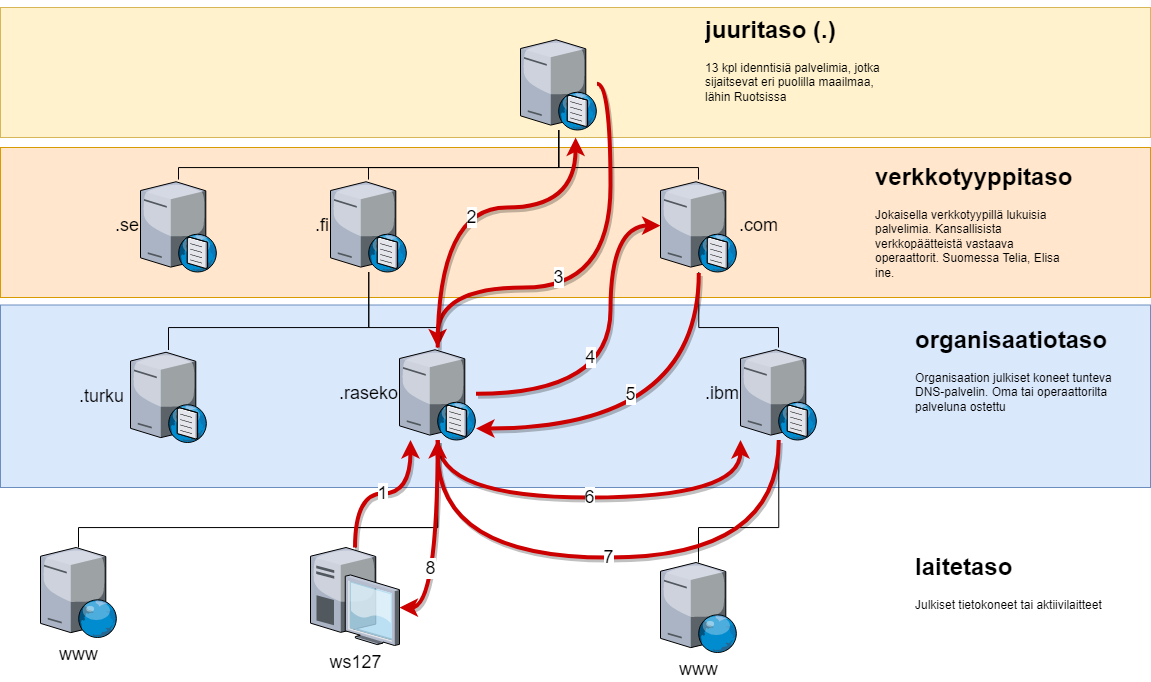
jukkaprami/TADokumentaatio-1 keeps this draw.io diagram as docs/pictures/Rekursiivinen.png. Above is the earlier version. Source tidied: cells renumbered, new cells last; positions are measured from the earlier drawing's top-left corner, leaving out a move shared by most shapes. The source it was exported from:
```xml
<mxGraphModel>
  <root>
    <mxCell id="0" />
    <mxCell id="1" parent="0" />
    <mxCell id="2" style="rounded=0;whiteSpace=wrap;html=1;fontSize=18;fillColor=#dae8fc;strokeColor=#6c8ebf;" parent="1" vertex="1">
      <mxGeometry y="297.5" width="1150" height="182.5" as="geometry" />
    </mxCell>
    <mxCell id="3" style="rounded=0;whiteSpace=wrap;html=1;fontSize=18;fillColor=#ffe6cc;strokeColor=#d79b00;" parent="1" vertex="1">
      <mxGeometry y="140" width="1150" height="150" as="geometry" />
    </mxCell>
    <mxCell id="4" style="rounded=0;whiteSpace=wrap;html=1;fontSize=18;fillColor=#fff2cc;strokeColor=#d6b656;" parent="1" vertex="1">
      <mxGeometry width="1150" height="130" as="geometry" />
    </mxCell>
    <mxCell id="5" style="edgeStyle=orthogonalEdgeStyle;rounded=0;jettySize=auto;html=1;fontSize=18;fontColor=none;endArrow=none;endFill=0;" parent="1" edge="1" source="9" target="15">
      <mxGeometry relative="1" as="geometry">
        <Array as="points">
          <mxPoint x="558" y="160" />
          <mxPoint x="178" y="160" />
        </Array>
      </mxGeometry>
    </mxCell>
    <mxCell id="6" style="edgeStyle=orthogonalEdgeStyle;rounded=0;jettySize=auto;html=1;fontSize=18;fontColor=none;endArrow=none;endFill=0;" parent="1" edge="1" source="9" target="14">
      <mxGeometry relative="1" as="geometry">
        <Array as="points">
          <mxPoint x="558" y="160" />
          <mxPoint x="368" y="160" />
        </Array>
      </mxGeometry>
    </mxCell>
    <mxCell id="7" style="edgeStyle=orthogonalEdgeStyle;rounded=0;jettySize=auto;html=1;fontSize=18;fontColor=none;endArrow=none;endFill=0;" parent="1" edge="1" source="9" target="18">
      <mxGeometry relative="1" as="geometry">
        <Array as="points">
          <mxPoint x="558" y="160" />
          <mxPoint x="698" y="160" />
        </Array>
      </mxGeometry>
    </mxCell>
    <mxCell id="8" value="3" style="edgeStyle=orthogonalEdgeStyle;curved=1;jettySize=auto;html=1;shadow=1;fontSize=18;fontColor=none;endArrow=classic;endFill=1;strokeColor=#CC0000;strokeWidth=4;" parent="1" edge="1" source="9" target="25">
      <mxGeometry x="0.19" y="-10" relative="1" as="geometry">
        <Array as="points">
          <mxPoint x="610" y="76" />
          <mxPoint x="610" y="280" />
          <mxPoint x="437" y="280" />
        </Array>
      </mxGeometry>
    </mxCell>
    <mxCell id="9" style="verticalLabelPosition=bottom;sketch=0;html=1;verticalAlign=top;strokeColor=none;align=center;outlineConnect=0;shape=mxgraph.citrix.dns_server;" parent="1" vertex="1">
      <mxGeometry x="520" y="30" width="76.5" height="92.5" as="geometry" />
    </mxCell>
    <mxCell id="10" value="&lt;h1&gt;juuritaso (.)&lt;/h1&gt;&lt;div&gt;13 kpl idenntisiä palvelimia, jotka sijaitsevat eri puolilla maailmaa, lähin Ruotsissa&lt;/div&gt;" style="text;html=1;strokeColor=none;fillColor=none;spacing=5;spacingTop=-20;whiteSpace=wrap;overflow=hidden;rounded=0;" parent="1" vertex="1">
      <mxGeometry x="700" y="2.5" width="190" height="120" as="geometry" />
    </mxCell>
    <mxCell id="11" value="&lt;h1&gt;verkkotyyppitaso&amp;nbsp;&lt;/h1&gt;&lt;div&gt;Jokaisella verkkotyypillä lukuisia palvelimia. Kansallisista verkkopäätteistä vastaava operaattorit. Suomessa Telia, Elisa jne.&lt;/div&gt;" style="text;html=1;strokeColor=none;fillColor=none;spacing=5;spacingTop=-20;whiteSpace=wrap;overflow=hidden;rounded=0;" parent="1" vertex="1">
      <mxGeometry x="870" y="150" width="210" height="120" as="geometry" />
    </mxCell>
    <mxCell id="12" style="edgeStyle=orthogonalEdgeStyle;rounded=0;jettySize=auto;html=1;fontSize=18;fontColor=none;endArrow=none;endFill=0;" parent="1" edge="1" source="14" target="35">
      <mxGeometry relative="1" as="geometry">
        <Array as="points">
          <mxPoint x="368" y="320" />
          <mxPoint x="168" y="320" />
        </Array>
      </mxGeometry>
    </mxCell>
    <mxCell id="13" style="edgeStyle=orthogonalEdgeStyle;rounded=0;jettySize=auto;html=1;fontSize=18;fontColor=none;endArrow=none;endFill=0;" parent="1" edge="1" source="14" target="25">
      <mxGeometry relative="1" as="geometry">
        <Array as="points">
          <mxPoint x="368" y="320" />
          <mxPoint x="437" y="320" />
        </Array>
      </mxGeometry>
    </mxCell>
    <mxCell id="14" value=".fi" style="verticalLabelPosition=middle;sketch=0;html=1;verticalAlign=middle;strokeColor=none;align=right;outlineConnect=0;shape=mxgraph.citrix.dns_server;fontSize=18;labelPosition=left;" parent="1" vertex="1">
      <mxGeometry x="330" y="172" width="76.5" height="92.5" as="geometry" />
    </mxCell>
    <mxCell id="15" value=".se" style="verticalLabelPosition=middle;sketch=0;html=1;verticalAlign=middle;strokeColor=none;align=right;outlineConnect=0;shape=mxgraph.citrix.dns_server;fontSize=18;labelPosition=left;" parent="1" vertex="1">
      <mxGeometry x="140" y="172" width="76.5" height="92.5" as="geometry" />
    </mxCell>
    <mxCell id="16" style="edgeStyle=orthogonalEdgeStyle;rounded=0;jettySize=auto;html=1;fontSize=18;fontColor=none;endArrow=none;endFill=0;" parent="1" edge="1" source="18" target="32">
      <mxGeometry relative="1" as="geometry">
        <Array as="points">
          <mxPoint x="698" y="320" />
          <mxPoint x="778" y="320" />
        </Array>
      </mxGeometry>
    </mxCell>
    <mxCell id="17" value="5" style="edgeStyle=orthogonalEdgeStyle;curved=1;orthogonalLoop=1;jettySize=auto;html=1;shadow=1;fontSize=18;fontColor=none;endArrow=classic;endFill=1;strokeColor=#CC0000;strokeWidth=4;" parent="1" edge="1">
      <mxGeometry x="0.18" y="-34" relative="1" as="geometry">
        <mxPoint x="698.3" y="265.5" as="sourcePoint" />
        <mxPoint x="475.5" y="421" as="targetPoint" />
        <Array as="points">
          <mxPoint x="698" y="421" />
        </Array>
      </mxGeometry>
    </mxCell>
    <mxCell id="18" value=".com" style="verticalLabelPosition=middle;sketch=0;html=1;verticalAlign=middle;strokeColor=none;align=left;outlineConnect=0;shape=mxgraph.citrix.dns_server;fontSize=18;labelPosition=right;" parent="1" vertex="1">
      <mxGeometry x="660" y="172" width="76.5" height="92.5" as="geometry" />
    </mxCell>
    <mxCell id="19" style="edgeStyle=orthogonalEdgeStyle;rounded=0;jettySize=auto;html=1;fontSize=18;fontColor=none;endArrow=none;endFill=0;" parent="1" edge="1" source="25" target="26">
      <mxGeometry relative="1" as="geometry">
        <Array as="points">
          <mxPoint x="437" y="520" />
          <mxPoint x="78" y="520" />
        </Array>
      </mxGeometry>
    </mxCell>
    <mxCell id="20" style="edgeStyle=orthogonalEdgeStyle;rounded=0;jettySize=auto;html=1;fontSize=18;fontColor=none;endArrow=none;endFill=0;" parent="1" edge="1" source="25" target="28">
      <mxGeometry relative="1" as="geometry">
        <Array as="points">
          <mxPoint x="437" y="520" />
          <mxPoint x="355" y="520" />
        </Array>
      </mxGeometry>
    </mxCell>
    <mxCell id="21" value="2" style="edgeStyle=orthogonalEdgeStyle;curved=1;jettySize=auto;html=1;shadow=1;fontSize=18;fontColor=none;endArrow=classic;endFill=1;strokeColor=#CC0000;strokeWidth=4;" parent="1" edge="1" source="25" target="4">
      <mxGeometry x="-0.01" y="-10" relative="1" as="geometry">
        <Array as="points">
          <mxPoint x="437" y="200" />
          <mxPoint x="575" y="200" />
        </Array>
      </mxGeometry>
    </mxCell>
    <mxCell id="22" value="4" style="edgeStyle=orthogonalEdgeStyle;curved=1;jettySize=auto;html=1;shadow=1;fontSize=18;fontColor=none;endArrow=classic;endFill=1;strokeColor=#CC0000;strokeWidth=4;" parent="1" edge="1" source="25" target="18">
      <mxGeometry x="-0.03" y="20" relative="1" as="geometry">
        <Array as="points">
          <mxPoint x="610" y="386" />
          <mxPoint x="610" y="218" />
        </Array>
      </mxGeometry>
    </mxCell>
    <mxCell id="23" value="6" style="edgeStyle=orthogonalEdgeStyle;curved=1;jettySize=auto;html=1;shadow=1;fontSize=18;fontColor=none;endArrow=classic;endFill=1;strokeColor=#CC0000;strokeWidth=4;" parent="1" edge="1" source="25" target="32">
      <mxGeometry relative="1" as="geometry">
        <Array as="points">
          <mxPoint x="437" y="490" />
          <mxPoint x="740" y="490" />
        </Array>
      </mxGeometry>
    </mxCell>
    <mxCell id="24" value="8" style="edgeStyle=orthogonalEdgeStyle;curved=1;jettySize=auto;html=1;shadow=1;fontSize=18;fontColor=none;endArrow=classic;endFill=1;strokeColor=#CC0000;strokeWidth=4;" parent="1" edge="1" source="25" target="28">
      <mxGeometry x="0.24" y="-7" relative="1" as="geometry">
        <Array as="points">
          <mxPoint x="437" y="600" />
        </Array>
      </mxGeometry>
    </mxCell>
    <mxCell id="25" value=".raseko" style="verticalLabelPosition=middle;sketch=0;html=1;verticalAlign=middle;strokeColor=none;align=right;outlineConnect=0;shape=mxgraph.citrix.dns_server;fontSize=18;labelPosition=left;" parent="1" vertex="1">
      <mxGeometry x="399" y="340" width="76.5" height="92.5" as="geometry" />
    </mxCell>
    <mxCell id="26" value="www" style="verticalLabelPosition=bottom;sketch=0;html=1;verticalAlign=top;strokeColor=none;align=center;outlineConnect=0;shape=mxgraph.citrix.web_server;fontSize=18;fontColor=none;" parent="1" vertex="1">
      <mxGeometry x="40" y="540" width="76.5" height="90" as="geometry" />
    </mxCell>
    <mxCell id="27" value="1" style="edgeStyle=orthogonalEdgeStyle;curved=1;jettySize=auto;html=1;shadow=1;fontSize=18;fontColor=none;endArrow=classic;endFill=1;strokeColor=#CC0000;strokeWidth=4;" parent="1" edge="1" source="28" target="25">
      <mxGeometry relative="1" as="geometry">
        <Array as="points">
          <mxPoint x="355" y="486" />
          <mxPoint x="410" y="486" />
        </Array>
      </mxGeometry>
    </mxCell>
    <mxCell id="28" value="ws127" style="verticalLabelPosition=bottom;sketch=0;html=1;verticalAlign=top;strokeColor=none;align=center;outlineConnect=0;shape=mxgraph.citrix.desktop;fontSize=18;fontColor=none;" parent="1" vertex="1">
      <mxGeometry x="310" y="540" width="89" height="98" as="geometry" />
    </mxCell>
    <mxCell id="29" value="www" style="verticalLabelPosition=bottom;sketch=0;html=1;verticalAlign=top;strokeColor=none;align=center;outlineConnect=0;shape=mxgraph.citrix.web_server;fontSize=18;fontColor=none;" parent="1" vertex="1">
      <mxGeometry x="660" y="555" width="76.5" height="90" as="geometry" />
    </mxCell>
    <mxCell id="30" style="edgeStyle=orthogonalEdgeStyle;rounded=0;jettySize=auto;html=1;fontSize=18;fontColor=none;endArrow=none;endFill=0;" parent="1" edge="1" source="32" target="29">
      <mxGeometry relative="1" as="geometry">
        <Array as="points">
          <mxPoint x="778" y="520" />
          <mxPoint x="698" y="520" />
        </Array>
      </mxGeometry>
    </mxCell>
    <mxCell id="31" value="7" style="edgeStyle=orthogonalEdgeStyle;curved=1;jettySize=auto;html=1;shadow=1;fontSize=18;fontColor=none;endArrow=classic;endFill=1;strokeColor=#CC0000;strokeWidth=4;" parent="1" edge="1" source="32" target="25">
      <mxGeometry relative="1" as="geometry">
        <Array as="points">
          <mxPoint x="778" y="550" />
          <mxPoint x="437" y="550" />
        </Array>
      </mxGeometry>
    </mxCell>
    <mxCell id="32" value=".ibm" style="verticalLabelPosition=middle;sketch=0;html=1;verticalAlign=middle;strokeColor=none;align=right;outlineConnect=0;shape=mxgraph.citrix.dns_server;fontSize=18;fontColor=none;labelPosition=left;" parent="1" vertex="1">
      <mxGeometry x="740" y="340" width="76.5" height="92.5" as="geometry" />
    </mxCell>
    <mxCell id="33" value="&lt;h1&gt;organisaatiotaso&lt;/h1&gt;&lt;div&gt;Organisaation julkiset koneet tunteva DNS-palvelin. Oma tai operaattorilta palveluna ostettu&lt;/div&gt;" style="text;html=1;strokeColor=none;fillColor=none;spacing=5;spacingTop=-20;whiteSpace=wrap;overflow=hidden;rounded=0;" parent="1" vertex="1">
      <mxGeometry x="910" y="312.5" width="210" height="120" as="geometry" />
    </mxCell>
    <mxCell id="34" value="&lt;h1&gt;laitetaso&lt;/h1&gt;&lt;div&gt;Julkiset tietokoneet tai aktiivilaitteet&lt;/div&gt;" style="text;html=1;strokeColor=none;fillColor=none;spacing=5;spacingTop=-20;whiteSpace=wrap;overflow=hidden;rounded=0;" parent="1" vertex="1">
      <mxGeometry x="910" y="540" width="210" height="120" as="geometry" />
    </mxCell>
    <mxCell id="35" value=".turku&amp;nbsp;" style="verticalLabelPosition=middle;sketch=0;html=1;verticalAlign=middle;strokeColor=none;align=right;outlineConnect=0;shape=mxgraph.citrix.dns_server;fontSize=18;labelPosition=left;" parent="1" vertex="1">
      <mxGeometry x="130" y="342.5" width="76.5" height="92.5" as="geometry" />
    </mxCell>
  </root>
</mxGraphModel>
```
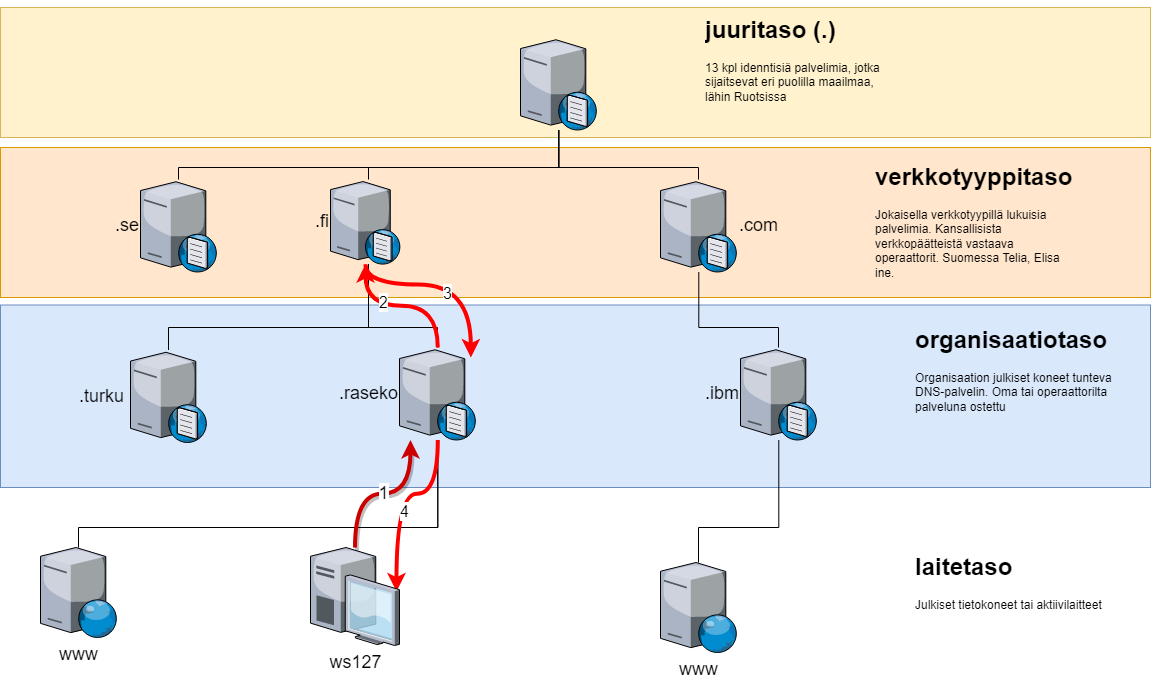
The same file after the commit.

Change to the diagram source:
```diff
@@ -35,15 +35,6 @@
         </Array>
       </mxGeometry>
     </mxCell>
-    <mxCell id="8" value="3" style="edgeStyle=orthogonalEdgeStyle;curved=1;jettySize=auto;html=1;shadow=1;fontSize=18;fontColor=none;endArrow=classic;endFill=1;strokeColor=#CC0000;strokeWidth=4;" parent="1" edge="1" source="9" target="25">
-      <mxGeometry x="0.19" y="-10" relative="1" as="geometry">
-        <Array as="points">
-          <mxPoint x="610" y="76" />
-          <mxPoint x="610" y="280" />
-          <mxPoint x="437" y="280" />
-        </Array>
-      </mxGeometry>
-    </mxCell>
     <mxCell id="9" style="verticalLabelPosition=bottom;sketch=0;html=1;verticalAlign=top;strokeColor=none;align=center;outlineConnect=0;shape=mxgraph.citrix.dns_server;" parent="1" vertex="1">
       <mxGeometry x="520" y="30" width="76.5" height="92.5" as="geometry" />
     </mxCell>
@@ -69,8 +60,14 @@
         </Array>
       </mxGeometry>
     </mxCell>
+    <mxCell id="36" style="edgeStyle=orthogonalEdgeStyle;shape=connector;curved=1;rounded=1;jettySize=auto;html=1;entryX=0.409;entryY=0.288;entryDx=0;entryDy=0;entryPerimeter=0;labelBackgroundColor=default;fontFamily=Helvetica;fontSize=16;fontColor=default;endArrow=classic;strokeColor=#FF0000;strokeWidth=4;" parent="1" edge="1" source="14" target="2">
+      <mxGeometry relative="1" as="geometry" />
+    </mxCell>
+    <mxCell id="8" value="3" style="edgeLabel;html=1;align=center;verticalAlign=middle;fontSize=16;fontFamily=Helvetica;fontColor=default;" parent="36" vertex="1">
+      <mxGeometry x="0.03" y="-8" relative="1" as="geometry" />
+    </mxCell>
     <mxCell id="14" value=".fi" style="verticalLabelPosition=middle;sketch=0;html=1;verticalAlign=middle;strokeColor=none;align=right;outlineConnect=0;shape=mxgraph.citrix.dns_server;fontSize=18;labelPosition=left;" parent="1" vertex="1">
-      <mxGeometry x="330" y="172" width="76.5" height="92.5" as="geometry" />
+      <mxGeometry x="330" y="172" width="70" height="84.6" as="geometry" />
     </mxCell>
     <mxCell id="15" value=".se" style="verticalLabelPosition=middle;sketch=0;html=1;verticalAlign=middle;strokeColor=none;align=right;outlineConnect=0;shape=mxgraph.citrix.dns_server;fontSize=18;labelPosition=left;" parent="1" vertex="1">
       <mxGeometry x="140" y="172" width="76.5" height="92.5" as="geometry" />
@@ -83,15 +80,6 @@
         </Array>
       </mxGeometry>
     </mxCell>
-    <mxCell id="17" value="5" style="edgeStyle=orthogonalEdgeStyle;curved=1;orthogonalLoop=1;jettySize=auto;html=1;shadow=1;fontSize=18;fontColor=none;endArrow=classic;endFill=1;strokeColor=#CC0000;strokeWidth=4;" parent="1" edge="1">
-      <mxGeometry x="0.18" y="-34" relative="1" as="geometry">
-        <mxPoint x="698.3" y="265.5" as="sourcePoint" />
-        <mxPoint x="475.5" y="421" as="targetPoint" />
-        <Array as="points">
-          <mxPoint x="698" y="421" />
-        </Array>
-      </mxGeometry>
-    </mxCell>
     <mxCell id="18" value=".com" style="verticalLabelPosition=middle;sketch=0;html=1;verticalAlign=middle;strokeColor=none;align=left;outlineConnect=0;shape=mxgraph.citrix.dns_server;fontSize=18;labelPosition=right;" parent="1" vertex="1">
       <mxGeometry x="660" y="172" width="76.5" height="92.5" as="geometry" />
     </mxCell>
@@ -111,37 +99,18 @@
         </Array>
       </mxGeometry>
     </mxCell>
+    <mxCell id="37" style="edgeStyle=orthogonalEdgeStyle;jettySize=auto;html=1;fontSize=16;curved=1;strokeColor=#FF0000;strokeWidth=4;" parent="1" edge="1" source="25" target="14">
+      <mxGeometry relative="1" as="geometry" />
+    </mxCell>
-    <mxCell id="21" value="2" style="edgeStyle=orthogonalEdgeStyle;curved=1;jettySize=auto;html=1;shadow=1;fontSize=18;fontColor=none;endArrow=classic;endFill=1;strokeColor=#CC0000;strokeWidth=4;" parent="1" edge="1" source="25" target="4">
-      <mxGeometry x="-0.01" y="-10" relative="1" as="geometry">
-        <Array as="points">
-          <mxPoint x="437" y="200" />
-          <mxPoint x="575" y="200" />
-        </Array>
-      </mxGeometry>
+    <mxCell id="21" value="2" style="edgeLabel;html=1;align=center;verticalAlign=middle;fontSize=16;" parent="37" vertex="1">
+      <mxGeometry x="0.25" y="-4" relative="1" as="geometry" />
     </mxCell>
+    <mxCell id="24" style="edgeStyle=orthogonalEdgeStyle;shape=connector;curved=1;rounded=1;jettySize=auto;html=1;entryX=0.966;entryY=0.449;entryDx=0;entryDy=0;entryPerimeter=0;labelBackgroundColor=default;fontFamily=Helvetica;fontSize=16;fontColor=default;endArrow=classic;strokeColor=#FF0000;strokeWidth=4;" parent="1" edge="1" source="25" target="28">
+      <mxGeometry relative="1" as="geometry" />
+    </mxCell>
-    <mxCell id="22" value="4" style="edgeStyle=orthogonalEdgeStyle;curved=1;jettySize=auto;html=1;shadow=1;fontSize=18;fontColor=none;endArrow=classic;endFill=1;strokeColor=#CC0000;strokeWidth=4;" parent="1" edge="1" source="25" target="18">
-      <mxGeometry x="-0.03" y="20" relative="1" as="geometry">
-        <Array as="points">
-          <mxPoint x="610" y="386" />
-          <mxPoint x="610" y="218" />
-        </Array>
-      </mxGeometry>
+    <mxCell id="22" value="4" style="edgeLabel;html=1;align=center;verticalAlign=middle;fontSize=16;fontFamily=Helvetica;fontColor=default;" parent="24" vertex="1">
+      <mxGeometry x="0.16" y="8" relative="1" as="geometry" />
     </mxCell>
-    <mxCell id="23" value="6" style="edgeStyle=orthogonalEdgeStyle;curved=1;jettySize=auto;html=1;shadow=1;fontSize=18;fontColor=none;endArrow=classic;endFill=1;strokeColor=#CC0000;strokeWidth=4;" parent="1" edge="1" source="25" target="32">
-      <mxGeometry relative="1" as="geometry">
-        <Array as="points">
-          <mxPoint x="437" y="490" />
-          <mxPoint x="740" y="490" />
-        </Array>
-      </mxGeometry>
-    </mxCell>
-    <mxCell id="24" value="8" style="edgeStyle=orthogonalEdgeStyle;curved=1;jettySize=auto;html=1;shadow=1;fontSize=18;fontColor=none;endArrow=classic;endFill=1;strokeColor=#CC0000;strokeWidth=4;" parent="1" edge="1" source="25" target="28">
-      <mxGeometry x="0.24" y="-7" relative="1" as="geometry">
-        <Array as="points">
-          <mxPoint x="437" y="600" />
-        </Array>
-      </mxGeometry>
-    </mxCell>
     <mxCell id="25" value=".raseko" style="verticalLabelPosition=middle;sketch=0;html=1;verticalAlign=middle;strokeColor=none;align=right;outlineConnect=0;shape=mxgraph.citrix.dns_server;fontSize=18;labelPosition=left;" parent="1" vertex="1">
       <mxGeometry x="399" y="340" width="76.5" height="92.5" as="geometry" />
     </mxCell>
@@ -170,14 +139,6 @@
         </Array>
       </mxGeometry>
     </mxCell>
-    <mxCell id="31" value="7" style="edgeStyle=orthogonalEdgeStyle;curved=1;jettySize=auto;html=1;shadow=1;fontSize=18;fontColor=none;endArrow=classic;endFill=1;strokeColor=#CC0000;strokeWidth=4;" parent="1" edge="1" source="32" target="25">
-      <mxGeometry relative="1" as="geometry">
-        <Array as="points">
-          <mxPoint x="778" y="550" />
-          <mxPoint x="437" y="550" />
-        </Array>
-      </mxGeometry>
-    </mxCell>
     <mxCell id="32" value=".ibm" style="verticalLabelPosition=middle;sketch=0;html=1;verticalAlign=middle;strokeColor=none;align=right;outlineConnect=0;shape=mxgraph.citrix.dns_server;fontSize=18;fontColor=none;labelPosition=left;" parent="1" vertex="1">
       <mxGeometry x="740" y="340" width="76.5" height="92.5" as="geometry" />
     </mxCell>
```
